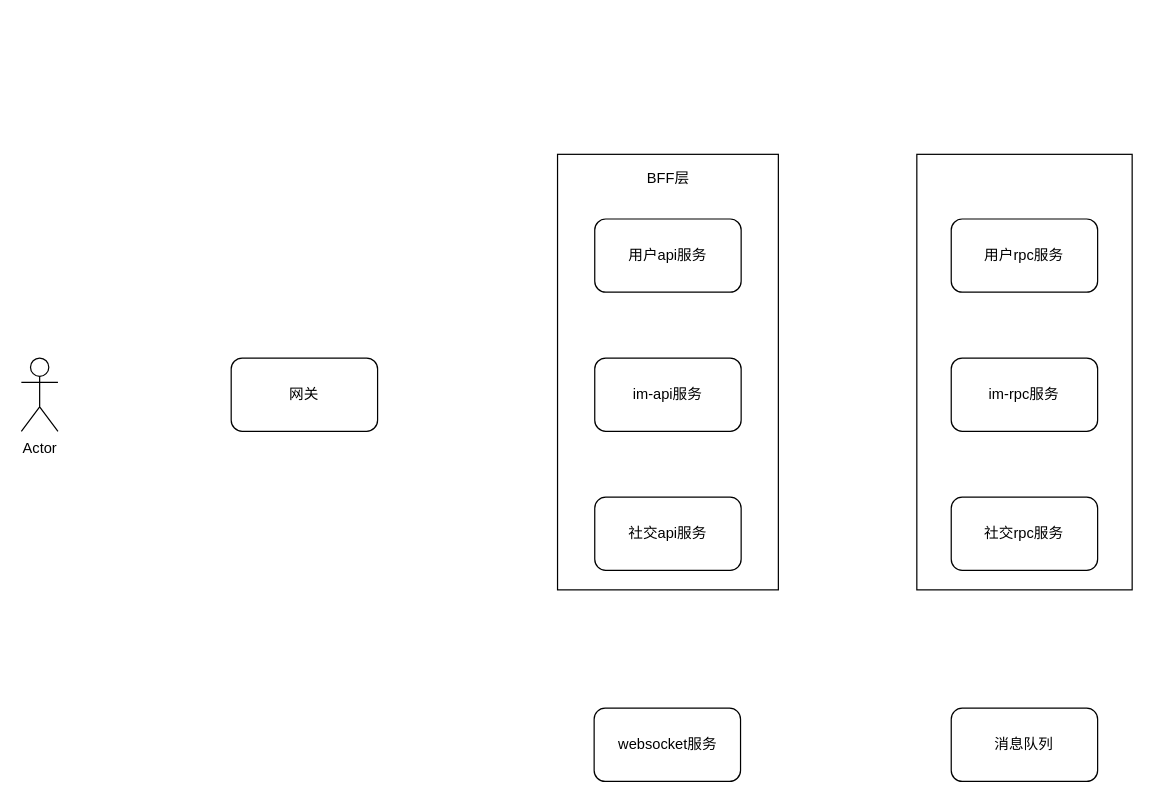
The draw.io diagram projects/gochat.drawio in hanzug/draw.io, before the edit. Source tidied: cells renumbered, new cells numbered last; positions are measured from the earlier drawing's top-left corner, leaving out a move shared by most shapes. Both pictures are drawn from the tidied source at 122%, with x=0, y=0 at pixel (21, 154).
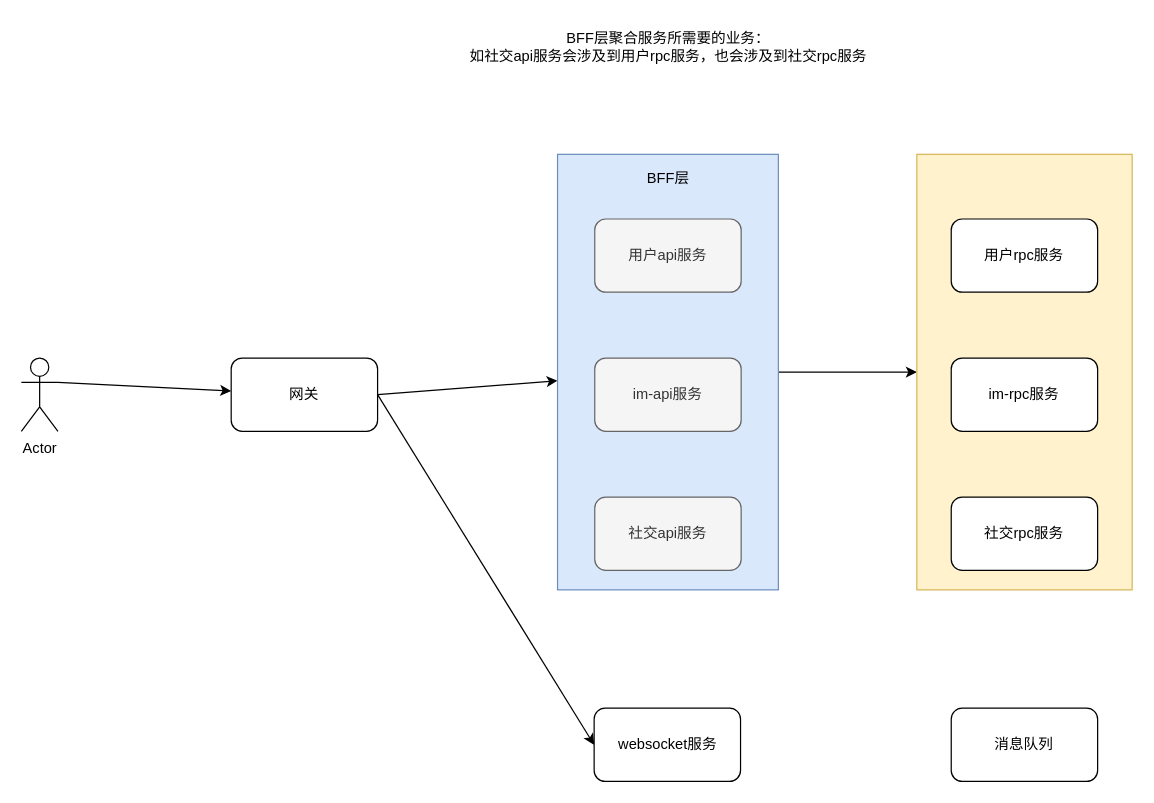
The same diagram, later.

Diff of the diagram source:
```diff
@@
 <mxGraphModel>
   <root>
     <mxCell id="0" />
     <mxCell id="1" parent="0" />
+    <mxCell id="15" style="rounded=0;jettySize=auto;html=1;exitX=1;exitY=0.3333333333333333;exitDx=0;exitDy=0;exitPerimeter=0;" parent="1" edge="1" source="2" target="3">
+      <mxGeometry relative="1" as="geometry" />
+    </mxCell>
     <mxCell id="2" value="Actor" style="shape=umlActor;verticalLabelPosition=bottom;verticalAlign=top;html=1;outlineConnect=0;" parent="1" vertex="1">
       <mxGeometry y="167" width="30" height="60" as="geometry" />
     </mxCell>
+    <mxCell id="16" style="rounded=0;jettySize=auto;html=1;exitX=1;exitY=0.5;exitDx=0;exitDy=0;" parent="1" edge="1" source="3" target="4">
+      <mxGeometry relative="1" as="geometry" />
+    </mxCell>
+    <mxCell id="17" style="rounded=0;jettySize=auto;html=1;exitX=1;exitY=0.5;exitDx=0;exitDy=0;entryX=0;entryY=0.5;entryDx=0;entryDy=0;" parent="1" edge="1" source="3" target="8">
+      <mxGeometry relative="1" as="geometry" />
+    </mxCell>
     <mxCell id="3" value="网关" style="rounded=1;whiteSpace=wrap;html=1;" parent="1" vertex="1">
       <mxGeometry x="172" y="167" width="120" height="60" as="geometry" />
     </mxCell>
+    <mxCell id="18" style="edgeStyle=orthogonalEdgeStyle;rounded=0;jettySize=auto;html=1;exitX=1;exitY=0.5;exitDx=0;exitDy=0;entryX=0;entryY=0.5;entryDx=0;entryDy=0;" parent="1" edge="1" source="4" target="10">
+      <mxGeometry relative="1" as="geometry" />
+    </mxCell>
-    <mxCell id="4" style="whiteSpace=wrap;html=1;" parent="1" vertex="1">
+    <mxCell id="4" style="whiteSpace=wrap;html=1;fillColor=#dae8fc;strokeColor=#6c8ebf;" parent="1" vertex="1">
       <mxGeometry x="439.5" width="181" height="357" as="geometry" />
     </mxCell>
-    <mxCell id="5" value="用户api服务" style="rounded=1;whiteSpace=wrap;html=1;" parent="1" vertex="1">
+    <mxCell id="5" value="用户api服务" style="rounded=1;whiteSpace=wrap;html=1;fillColor=#f5f5f5;fontColor=#333333;strokeColor=#666666;" parent="1" vertex="1">
       <mxGeometry x="470" y="53" width="120" height="60" as="geometry" />
     </mxCell>
-    <mxCell id="6" value="im-api服务" style="rounded=1;whiteSpace=wrap;html=1;" parent="1" vertex="1">
+    <mxCell id="6" value="im-api服务" style="rounded=1;whiteSpace=wrap;html=1;fillColor=#f5f5f5;fontColor=#333333;strokeColor=#666666;" parent="1" vertex="1">
       <mxGeometry x="470" y="167" width="120" height="60" as="geometry" />
     </mxCell>
-    <mxCell id="7" value="社交api服务" style="rounded=1;whiteSpace=wrap;html=1;" parent="1" vertex="1">
+    <mxCell id="7" value="社交api服务" style="rounded=1;whiteSpace=wrap;html=1;fillColor=#f5f5f5;fontColor=#333333;strokeColor=#666666;" parent="1" vertex="1">
       <mxGeometry x="470" y="281" width="120" height="60" as="geometry" />
     </mxCell>
     <mxCell id="8" value="websocket服务" style="rounded=1;whiteSpace=wrap;html=1;" parent="1" vertex="1">
       <mxGeometry x="469.5" y="454" width="120" height="60" as="geometry" />
     </mxCell>
     <mxCell id="9" value="BFF层" style="text;html=1;align=center;verticalAlign=middle;strokeColor=none;fillColor=none;" parent="1" vertex="1">
       <mxGeometry x="503" y="7" width="53" height="26" as="geometry" />
     </mxCell>
-    <mxCell id="10" style="whiteSpace=wrap;html=1;" parent="1" vertex="1">
+    <mxCell id="10" style="whiteSpace=wrap;html=1;fillColor=#fff2cc;strokeColor=#d6b656;" parent="1" vertex="1">
       <mxGeometry x="734" width="176.5" height="357" as="geometry" />
     </mxCell>
     <mxCell id="11" value="用户rpc服务" style="rounded=1;whiteSpace=wrap;html=1;" parent="1" vertex="1">
       <mxGeometry x="762.2" y="53" width="120" height="60" as="geometry" />
     </mxCell>
     <mxCell id="12" value="im-rpc服务" style="rounded=1;whiteSpace=wrap;html=1;" parent="1" vertex="1">
       <mxGeometry x="762.2" y="167" width="120" height="60" as="geometry" />
     </mxCell>
     <mxCell id="13" value="社交rpc服务" style="rounded=1;whiteSpace=wrap;html=1;" parent="1" vertex="1">
       <mxGeometry x="762.2" y="281" width="120" height="60" as="geometry" />
     </mxCell>
     <mxCell id="14" value="消息队列" style="rounded=1;whiteSpace=wrap;html=1;" parent="1" vertex="1">
       <mxGeometry x="762.2" y="454" width="120" height="60" as="geometry" />
     </mxCell>
+    <mxCell id="19" value="BFF层聚合服务所需要的业务：&lt;div&gt;如社交api服务会涉及到用户rpc服务，也会涉及到社交rpc服务&lt;/div&gt;" style="text;html=1;align=center;verticalAlign=middle;strokeColor=none;fillColor=none;" parent="1" vertex="1">
+      <mxGeometry x="358" y="-109" width="343" height="41" as="geometry" />
+    </mxCell>
   </root>
 </mxGraphModel>
```
